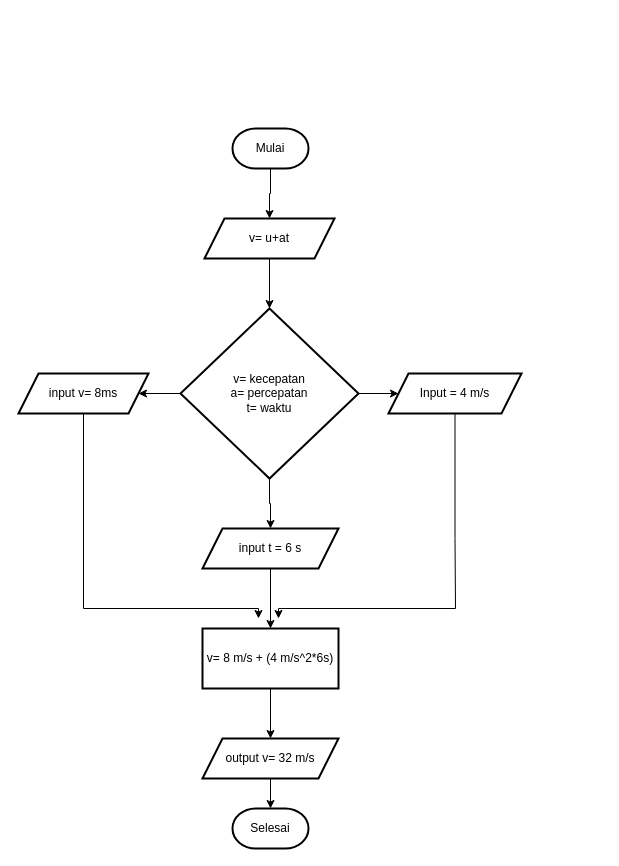
This is K&P.drawio from lusy17/Algo_B_23241048_, a draw.io file, before an edit. Source tidied: cells renumbered, new cells numbered last; positions are measured from the earlier drawing's top-left corner, leaving out a move shared by most shapes. Both pictures are drawn from the tidied source at 100%, with x=0, y=0 at pixel (18, 128).
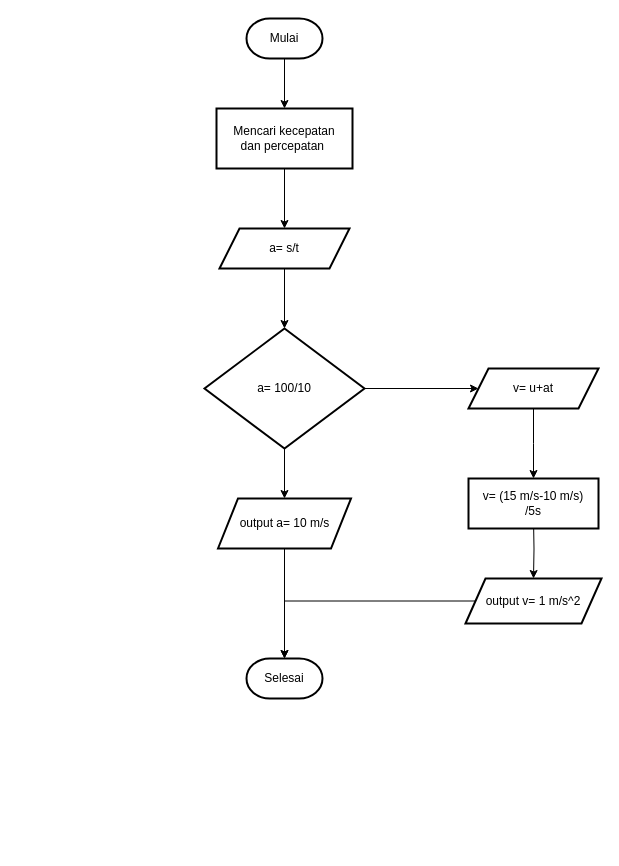
Above is the later version.

The edit, as a diff of the source:
```diff
@@
-    <mxCell id="2" style="edgeStyle=orthogonalEdgeStyle;rounded=0;jettySize=auto;html=1;" parent="1" edge="1" source="3" target="18">
-      <mxGeometry relative="1" as="geometry" />
-    </mxCell>
+    <mxCell id="21" style="edgeStyle=orthogonalEdgeStyle;rounded=0;jettySize=auto;html=1;" parent="1" edge="1" source="3" target="28">
+      <mxGeometry relative="1" as="geometry" />
+    </mxCell>
     <mxCell id="3" value="Mulai" style="strokeWidth=2;html=1;shape=mxgraph.flowchart.terminator;whiteSpace=wrap;" parent="1" vertex="1">
-      <mxGeometry x="214" width="76" height="40" as="geometry" />
+      <mxGeometry x="228" y="-110" width="76" height="40" as="geometry" />
     </mxCell>
-    <mxCell id="4" style="edgeStyle=orthogonalEdgeStyle;rounded=0;jettySize=auto;html=1;" parent="1" edge="1" source="5">
-      <mxGeometry relative="1" as="geometry">
-        <mxPoint x="260" y="490" as="targetPoint" />
-        <Array as="points">
-          <mxPoint x="437" y="410" />
-          <mxPoint x="437" y="410" />
-          <mxPoint x="437" y="480" />
-        </Array>
-      </mxGeometry>
-    </mxCell>
+    <mxCell id="22" style="edgeStyle=orthogonalEdgeStyle;rounded=0;jettySize=auto;html=1;" parent="1" edge="1" source="5" target="12">
+      <mxGeometry relative="1" as="geometry" />
+    </mxCell>
-    <mxCell id="5" value="Input = 4 m/s" style="shape=parallelogram;perimeter=parallelogramPerimeter;whiteSpace=wrap;html=1;fixedSize=1;strokeWidth=2;" parent="1" vertex="1">
-      <mxGeometry x="370" y="245" width="133" height="40" as="geometry" />
+    <mxCell id="5" value="output a= 10 m/s" style="shape=parallelogram;perimeter=parallelogramPerimeter;whiteSpace=wrap;html=1;fixedSize=1;strokeWidth=2;" parent="1" vertex="1">
+      <mxGeometry x="199.5" y="370" width="133" height="50" as="geometry" />
     </mxCell>
-    <mxCell id="6" style="edgeStyle=orthogonalEdgeStyle;rounded=0;jettySize=auto;html=1;" parent="1" edge="1" source="7" target="20">
-      <mxGeometry relative="1" as="geometry" />
-    </mxCell>
-    <mxCell id="7" value="v= 8 m/s + (4 m/s^2*6s)" style="rounded=0;whiteSpace=wrap;html=1;strokeWidth=2;" parent="1" vertex="1">
-      <mxGeometry x="184" y="500" width="136" height="60" as="geometry" />
-    </mxCell>
-    <mxCell id="8" style="edgeStyle=orthogonalEdgeStyle;rounded=0;jettySize=auto;html=1;" parent="1" edge="1" source="9">
-      <mxGeometry relative="1" as="geometry">
-        <mxPoint x="240" y="490" as="targetPoint" />
-        <Array as="points">
-          <mxPoint x="65" y="480" />
-          <mxPoint x="240" y="480" />
-        </Array>
-      </mxGeometry>
-    </mxCell>
+    <mxCell id="23" style="edgeStyle=orthogonalEdgeStyle;rounded=0;jettySize=auto;html=1;" parent="1" edge="1" source="9" target="16">
+      <mxGeometry relative="1" as="geometry" />
+    </mxCell>
-    <mxCell id="9" value="input v= 8ms" style="shape=parallelogram;perimeter=parallelogramPerimeter;whiteSpace=wrap;html=1;fixedSize=1;strokeWidth=2;" parent="1" vertex="1">
-      <mxGeometry y="245" width="130" height="40" as="geometry" />
+    <mxCell id="9" value="a= s/t" style="shape=parallelogram;perimeter=parallelogramPerimeter;whiteSpace=wrap;html=1;fixedSize=1;strokeWidth=2;" parent="1" vertex="1">
+      <mxGeometry x="201" y="100" width="130" height="40" as="geometry" />
     </mxCell>
-    <mxCell id="10" style="edgeStyle=orthogonalEdgeStyle;rounded=0;jettySize=auto;html=1;" parent="1" edge="1" source="11" target="7">
-      <mxGeometry relative="1" as="geometry" />
-    </mxCell>
-    <mxCell id="11" value="input t = 6 s" style="shape=parallelogram;perimeter=parallelogramPerimeter;whiteSpace=wrap;html=1;fixedSize=1;strokeWidth=2;" parent="1" vertex="1">
-      <mxGeometry x="184" y="400" width="136" height="40" as="geometry" />
-    </mxCell>
+    <mxCell id="24" style="edgeStyle=orthogonalEdgeStyle;rounded=0;jettySize=auto;html=1;" parent="1" edge="1" target="20">
+      <mxGeometry relative="1" as="geometry">
+        <mxPoint x="515" y="390" as="sourcePoint" />
+      </mxGeometry>
+    </mxCell>
     <mxCell id="12" value="Selesai" style="strokeWidth=2;html=1;shape=mxgraph.flowchart.terminator;whiteSpace=wrap;" parent="1" vertex="1">
-      <mxGeometry x="214" y="680" width="76" height="40" as="geometry" />
+      <mxGeometry x="228" y="530" width="76" height="40" as="geometry" />
     </mxCell>
@@
-    <mxCell id="14" style="edgeStyle=orthogonalEdgeStyle;rounded=0;jettySize=auto;html=1;" parent="1" edge="1" source="16" target="9">
-      <mxGeometry relative="1" as="geometry" />
-    </mxCell>
-    <mxCell id="15" style="edgeStyle=orthogonalEdgeStyle;rounded=0;jettySize=auto;html=1;" parent="1" edge="1" source="16" target="11">
-      <mxGeometry relative="1" as="geometry" />
-    </mxCell>
+    <mxCell id="25" style="edgeStyle=orthogonalEdgeStyle;rounded=0;jettySize=auto;html=1;" parent="1" edge="1" source="16" target="18">
+      <mxGeometry relative="1" as="geometry" />
+    </mxCell>
-    <mxCell id="16" value="v= kecepatan&lt;br style=&quot;border-color: var(--border-color);&quot;&gt;a= percepatan&lt;br style=&quot;border-color: var(--border-color);&quot;&gt;t= waktu" style="rhombus;whiteSpace=wrap;html=1;strokeWidth=2;" parent="1" vertex="1">
-      <mxGeometry x="162" y="180" width="178" height="170" as="geometry" />
+    <mxCell id="16" value="a= 100/10" style="rhombus;whiteSpace=wrap;html=1;strokeWidth=2;" parent="1" vertex="1">
+      <mxGeometry x="186" y="200" width="160" height="120" as="geometry" />
     </mxCell>
-    <mxCell id="17" style="edgeStyle=orthogonalEdgeStyle;rounded=0;jettySize=auto;html=1;" parent="1" edge="1" source="18" target="16">
-      <mxGeometry relative="1" as="geometry" />
-    </mxCell>
+    <mxCell id="26" style="edgeStyle=orthogonalEdgeStyle;rounded=0;jettySize=auto;html=1;" parent="1" edge="1" source="18">
+      <mxGeometry relative="1" as="geometry">
+        <mxPoint x="515" y="350" as="targetPoint" />
+      </mxGeometry>
+    </mxCell>
     <mxCell id="18" value="v= u+at" style="shape=parallelogram;perimeter=parallelogramPerimeter;whiteSpace=wrap;html=1;fixedSize=1;strokeWidth=2;" parent="1" vertex="1">
-      <mxGeometry x="186" y="90" width="130" height="40" as="geometry" />
+      <mxGeometry x="450" y="240" width="130" height="40" as="geometry" />
     </mxCell>
+    <mxCell id="20" value="output v= 1 m/s^2" style="shape=parallelogram;perimeter=parallelogramPerimeter;whiteSpace=wrap;html=1;fixedSize=1;strokeWidth=2;" parent="1" vertex="1">
+      <mxGeometry x="447" y="450" width="136" height="45" as="geometry" />
+    </mxCell>
+    <mxCell id="27" style="edgeStyle=orthogonalEdgeStyle;rounded=0;jettySize=auto;html=1;" parent="1" edge="1" source="28" target="9">
+      <mxGeometry relative="1" as="geometry" />
+    </mxCell>
+    <mxCell id="28" value="Mencari kecepatan&lt;br&gt;dan percepatan&amp;nbsp;" style="rounded=0;whiteSpace=wrap;html=1;strokeWidth=2;" parent="1" vertex="1">
+      <mxGeometry x="198" y="-20" width="136" height="60" as="geometry" />
+    </mxCell>
-    <mxCell id="19" style="edgeStyle=orthogonalEdgeStyle;rounded=0;jettySize=auto;html=1;" parent="1" edge="1" source="20" target="12">
+    <mxCell id="19" style="edgeStyle=orthogonalEdgeStyle;rounded=0;jettySize=auto;html=1;entryX=0.5;entryY=0;entryDx=0;entryDy=0;entryPerimeter=0;" parent="1" edge="1" source="20" target="12">
       <mxGeometry relative="1" as="geometry" />
     </mxCell>
-    <mxCell id="20" value="output v= 32 m/s" style="shape=parallelogram;perimeter=parallelogramPerimeter;whiteSpace=wrap;html=1;fixedSize=1;strokeWidth=2;" parent="1" vertex="1">
-      <mxGeometry x="184" y="610" width="136" height="40" as="geometry" />
-    </mxCell>
+    <mxCell id="29" value="v= (15 m/s-10 m/s)&lt;br style=&quot;border-color: var(--border-color);&quot;&gt;/5s" style="rounded=0;whiteSpace=wrap;html=1;strokeWidth=2;" parent="1" vertex="1">
+      <mxGeometry x="450" y="350" width="130" height="50" as="geometry" />
+    </mxCell>
```
